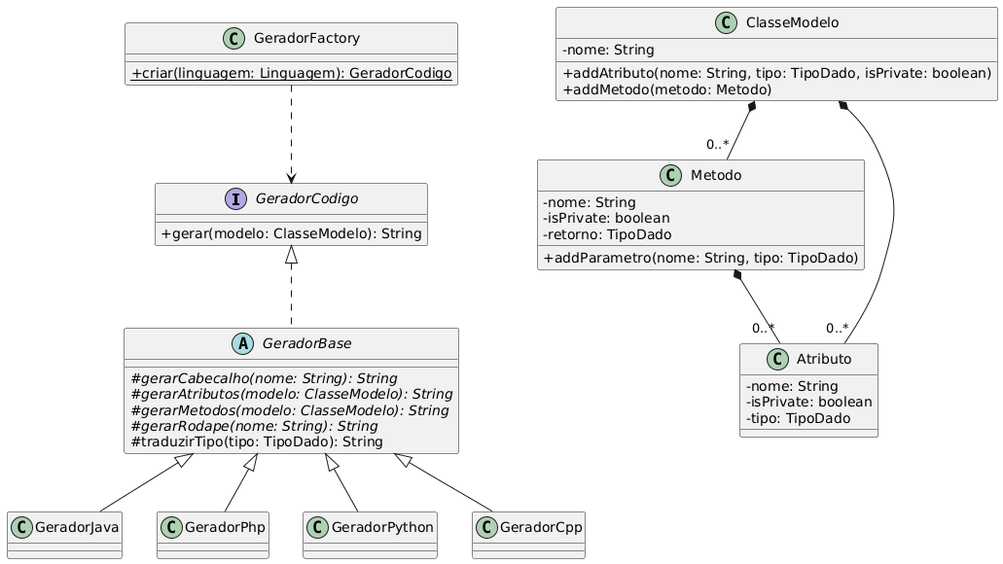
Earlier version of the PlantUML export UML/ClassGeneratorUML.png (kauanscheidt/ClassGenerator). Source of this version:
```plantuml
@startuml
skinparam classAttributeIconSize 0

interface GeradorCodigo {
    + gerar(modelo: ClasseModelo): String
}

abstract class GeradorBase {
    # {abstract} gerarCabecalho(nome: String): String
    # {abstract} gerarAtributos(modelo: ClasseModelo): String
    # {abstract} gerarMetodos(modelo: ClasseModelo): String
    # {abstract} gerarRodape(nome: String): String
    # traduzirTipo(tipo: TipoDado): String
}

class GeradorJava
class GeradorPhp
class GeradorPython
class GeradorCpp

class GeradorFactory {
    + {static} criar(linguagem: Linguagem): GeradorCodigo
}

class ClasseModelo {
    - nome: String
    + addAtributo(nome: String, tipo: TipoDado, isPrivate: boolean)
    + addMetodo(metodo: Metodo)
}

class Metodo {
    - nome: String
    - isPrivate: boolean
    - retorno: TipoDado
    + addParametro(nome: String, tipo: TipoDado)
}

class Atributo {
    - nome: String
    - isPrivate: boolean
    - tipo: TipoDado
}

GeradorCodigo <|.. GeradorBase
GeradorBase <|-- GeradorJava
GeradorBase <|-- GeradorPhp
GeradorBase <|-- GeradorPython
GeradorBase <|-- GeradorCpp

GeradorFactory ..> GeradorCodigo

ClasseModelo *-- "0..*" Atributo
ClasseModelo *-- "0..*" Metodo
Metodo *-- "0..*" Atributo
@enduml
```
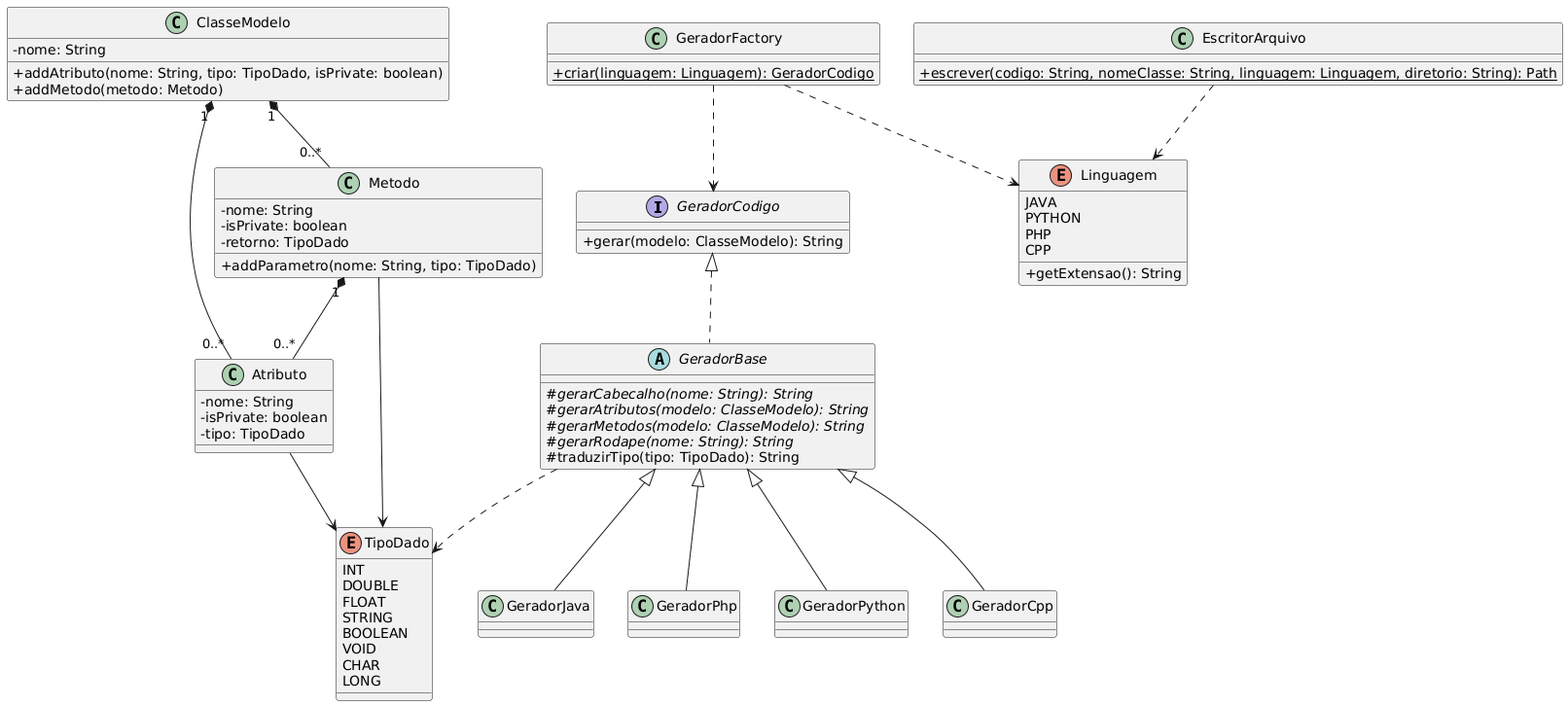
After the commit.

What changed in the source:
```diff
@@ -22,6 +22,10 @@
     + {static} criar(linguagem: Linguagem): GeradorCodigo
 }
 
+class EscritorArquivo {
+    + {static} escrever(codigo: String, nomeClasse: String, linguagem: Linguagem, diretorio: String): Path
+}
+
 class ClasseModelo {
     - nome: String
     + addAtributo(nome: String, tipo: TipoDado, isPrivate: boolean)
@@ -41,6 +45,25 @@
     - tipo: TipoDado
 }
 
+enum TipoDado {
+    INT
+    DOUBLE
+    FLOAT
+    STRING
+    BOOLEAN
+    VOID
+    CHAR
+    LONG
+}
+
+enum Linguagem {
+    JAVA
+    PYTHON
+    PHP
+    CPP
+    + getExtensao(): String
+}
+
 GeradorCodigo <|.. GeradorBase
 GeradorBase <|-- GeradorJava
 GeradorBase <|-- GeradorPhp
@@ -48,8 +71,14 @@
 GeradorBase <|-- GeradorCpp
 
 GeradorFactory ..> GeradorCodigo
+GeradorFactory ..> Linguagem
+GeradorBase ..> TipoDado
+EscritorArquivo ..> Linguagem
 
-ClasseModelo *-- "0..*" Atributo
-ClasseModelo *-- "0..*" Metodo
-Metodo *-- "0..*" Atributo
+Atributo --> TipoDado
+Metodo --> TipoDado
+
+ClasseModelo "1" *-- "0..*" Atributo
+ClasseModelo "1" *-- "0..*" Metodo
+Metodo "1" *-- "0..*" Atributo
 @enduml
```
